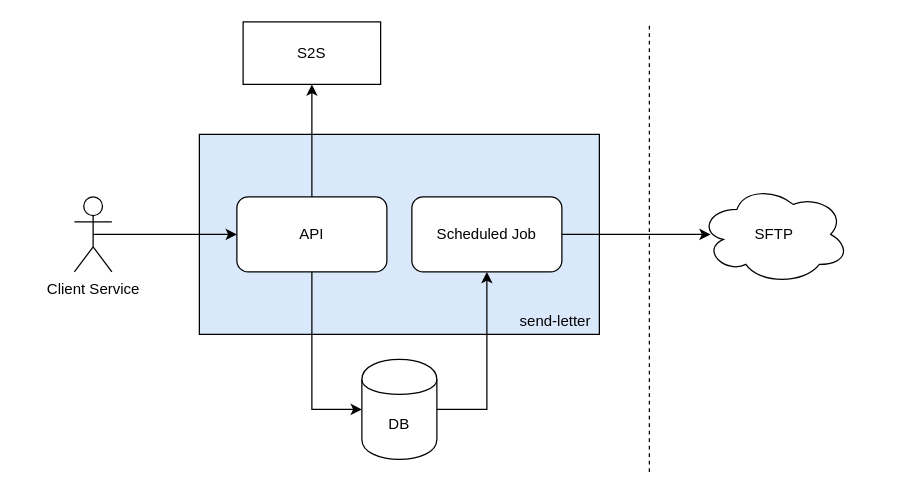
hmcts/send-letter-service keeps this draw.io diagram as doc/arch/diagram.drawio. Above is the earlier version. Source tidied: cells renumbered, new cells numbered last; positions are measured from the earlier drawing's top-left corner, leaving out a move shared by most shapes. Both pictures are drawn from the tidied source at 125%, with x=0, y=0 at pixel (74, 21).
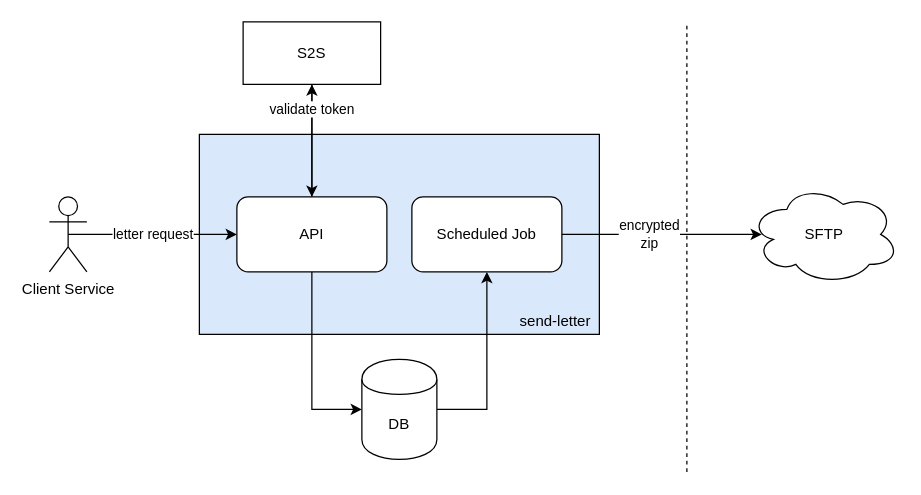
The same diagram, later.

Diff of the diagram source:
```diff
@@
 <mxGraphModel>
   <root>
     <mxCell id="0" />
     <mxCell id="1" parent="0" />
     <mxCell id="2" style="rounded=0;whiteSpace=wrap;html=1;fillColor=#dae8fc;strokeColor=#000000;" parent="1" vertex="1">
       <mxGeometry x="100" y="90" width="320" height="160" as="geometry" />
     </mxCell>
-    <mxCell id="3" style="edgeStyle=orthogonalEdgeStyle;rounded=0;jettySize=auto;html=1;exitX=0.5;exitY=0.5;exitDx=0;exitDy=0;exitPerimeter=0;entryX=0;entryY=0.5;entryDx=0;entryDy=0;" parent="1" edge="1" source="4" target="7">
+    <mxCell id="3" value="letter request" style="edgeStyle=orthogonalEdgeStyle;rounded=0;jettySize=auto;html=1;exitX=0.5;exitY=0.5;exitDx=0;exitDy=0;exitPerimeter=0;entryX=0;entryY=0.5;entryDx=0;entryDy=0;" parent="1" edge="1" source="4" target="7">
       <mxGeometry relative="1" as="geometry" />
     </mxCell>
     <mxCell id="4" value="Client Service&lt;br&gt;" style="shape=umlActor;verticalLabelPosition=bottom;labelBackgroundColor=#ffffff;verticalAlign=top;html=1;outlineConnect=0;" parent="1" vertex="1">
-      <mxGeometry y="140" width="30" height="60" as="geometry" />
+      <mxGeometry x="-20" y="140" width="30" height="60" as="geometry" />
     </mxCell>
     <mxCell id="5" style="edgeStyle=orthogonalEdgeStyle;rounded=0;jettySize=auto;html=1;exitX=0.5;exitY=1;exitDx=0;exitDy=0;entryX=0;entryY=0.5;entryDx=0;entryDy=0;" parent="1" edge="1" source="7" target="9">
       <mxGeometry relative="1" as="geometry" />
     </mxCell>
     <mxCell id="6" style="edgeStyle=orthogonalEdgeStyle;rounded=0;jettySize=auto;html=1;exitX=0.5;exitY=0;exitDx=0;exitDy=0;entryX=0.5;entryY=1;entryDx=0;entryDy=0;" parent="1" edge="1" source="7" target="13">
       <mxGeometry relative="1" as="geometry" />
     </mxCell>
     <mxCell id="7" value="API" style="rounded=1;whiteSpace=wrap;html=1;" parent="1" vertex="1">
       <mxGeometry x="130" y="140" width="120" height="60" as="geometry" />
     </mxCell>
     <mxCell id="8" style="edgeStyle=orthogonalEdgeStyle;rounded=0;jettySize=auto;html=1;exitX=1;exitY=0.5;exitDx=0;exitDy=0;entryX=0.5;entryY=1;entryDx=0;entryDy=0;" parent="1" edge="1" source="9" target="11">
       <mxGeometry relative="1" as="geometry" />
     </mxCell>
     <mxCell id="9" value="DB" style="shape=cylinder;whiteSpace=wrap;html=1;boundedLbl=1;backgroundOutline=1;" parent="1" vertex="1">
       <mxGeometry x="230" y="270" width="60" height="80" as="geometry" />
     </mxCell>
-    <mxCell id="10" style="edgeStyle=orthogonalEdgeStyle;rounded=0;jettySize=auto;html=1;exitX=1;exitY=0.5;exitDx=0;exitDy=0;entryX=0.075;entryY=0.5;entryDx=0;entryDy=0;entryPerimeter=0;" parent="1" edge="1" source="11" target="12">
-      <mxGeometry relative="1" as="geometry" />
+    <mxCell id="10" value="encrypted&lt;br&gt;zip&lt;br&gt;" style="edgeStyle=orthogonalEdgeStyle;rounded=0;jettySize=auto;html=1;exitX=1;exitY=0.5;exitDx=0;exitDy=0;entryX=0.083;entryY=0.5;entryDx=0;entryDy=0;entryPerimeter=0;" parent="1" edge="1" source="11" target="12">
+      <mxGeometry x="-0.12" relative="1" as="geometry" />
     </mxCell>
     <mxCell id="11" value="Scheduled Job" style="rounded=1;whiteSpace=wrap;html=1;" parent="1" vertex="1">
       <mxGeometry x="270" y="140" width="120" height="60" as="geometry" />
     </mxCell>
     <mxCell id="12" value="SFTP" style="ellipse;shape=cloud;whiteSpace=wrap;html=1;" parent="1" vertex="1">
-      <mxGeometry x="500" y="130" width="120" height="80" as="geometry" />
+      <mxGeometry x="540" y="130" width="120" height="80" as="geometry" />
     </mxCell>
+    <mxCell id="16" value="validate token" style="edgeStyle=orthogonalEdgeStyle;rounded=0;jettySize=auto;html=1;exitX=0.5;exitY=1;exitDx=0;exitDy=0;entryX=0.5;entryY=0;entryDx=0;entryDy=0;" parent="1" edge="1" source="13" target="7">
+      <mxGeometry x="-0.56" relative="1" as="geometry" />
+    </mxCell>
     <mxCell id="13" value="S2S" style="rounded=0;whiteSpace=wrap;html=1;" parent="1" vertex="1">
       <mxGeometry x="135" width="110" height="50" as="geometry" />
     </mxCell>
     <mxCell id="14" value="send-letter" style="text;html=1;strokeColor=none;fillColor=none;align=center;verticalAlign=middle;whiteSpace=wrap;rounded=0;" parent="1" vertex="1">
       <mxGeometry x="350" y="230" width="70" height="20" as="geometry" />
     </mxCell>
     <mxCell id="15" style="endArrow=none;dashed=1;html=1;" parent="1" edge="1">
       <mxGeometry relative="1" as="geometry">
-        <mxPoint x="460" y="360" as="sourcePoint" />
-        <mxPoint x="460" as="targetPoint" />
+        <mxPoint x="490" y="360" as="sourcePoint" />
+        <mxPoint x="490" as="targetPoint" />
       </mxGeometry>
     </mxCell>
   </root>
 </mxGraphModel>
```
